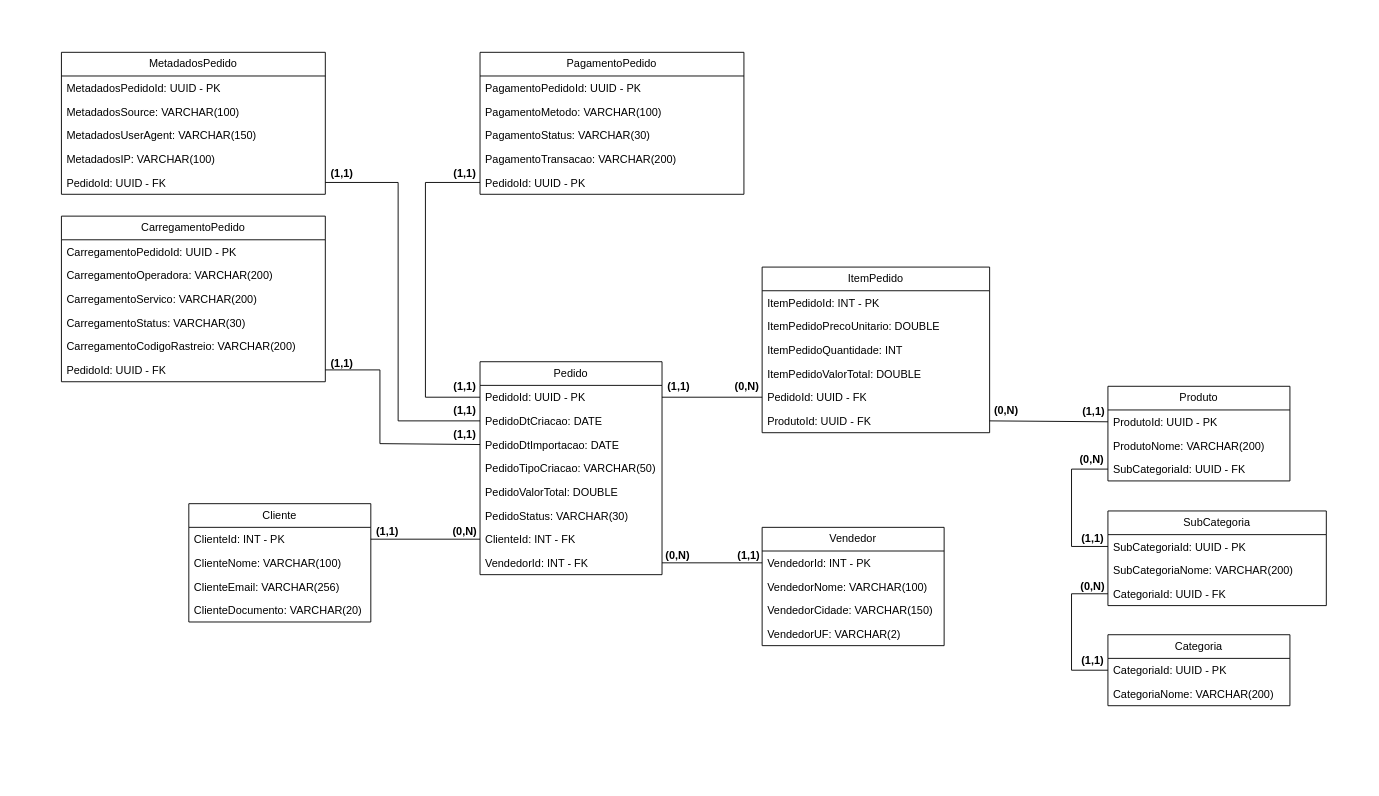
This is DOCS/DER.drawio from luis-pedro-dutra-carrocini/PJ1-Consumo-Mensageria, a draw.io file, before an edit. Source tidied: cells renumbered, new cells numbered last; positions are measured from the earlier drawing's top-left corner, leaving out a move shared by most shapes. Both pictures are drawn from the tidied source at 91%, with x=0, y=0 at pixel (61, 52).
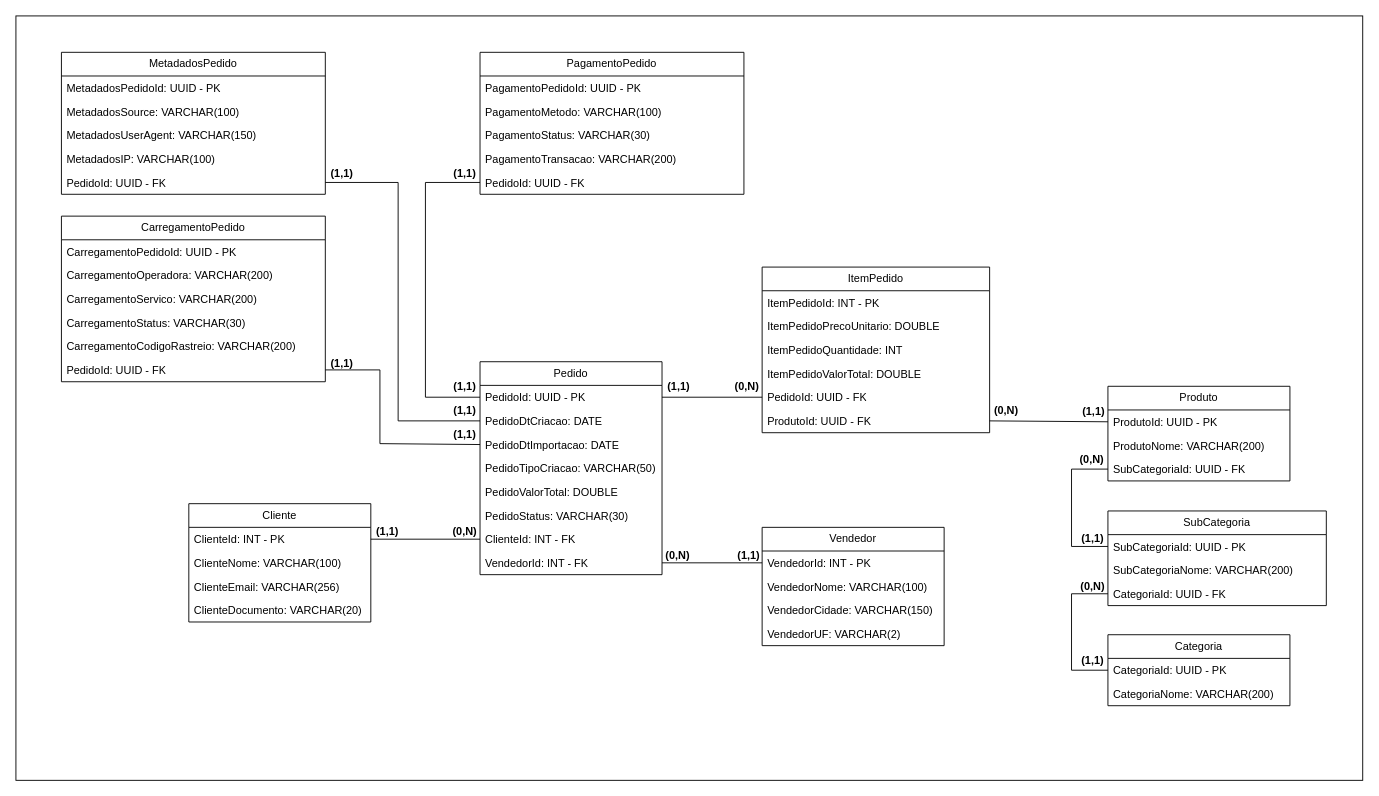
The same page after the edit.

The change refers to these unchanged cells:
```xml
<mxCell id="39" value="PagamentoPedido" style="swimlane;fontStyle=0;horizontal=1;startSize=26;fillColor=none;whiteSpace=wrap;html=1;" parent="1" vertex="1">
  <mxGeometry x="460" width="290" height="156" as="geometry" />
</mxCell>
```

Diff of the diagram source:
```diff
@@
+    <mxCell id="85" style="rounded=0;whiteSpace=wrap;html=1;" parent="1" vertex="1">
+      <mxGeometry x="-50" y="-40" width="1480" height="840" as="geometry" />
+    </mxCell>
@@
-    <mxCell id="44" value="&lt;div&gt;&lt;span style=&quot;background-color: transparent; color: light-dark(rgb(0, 0, 0), rgb(255, 255, 255)); text-align: center;&quot;&gt;PedidoId&lt;/span&gt;&lt;span style=&quot;background-color: transparent; color: light-dark(rgb(0, 0, 0), rgb(255, 255, 255));&quot;&gt;: UUID - PK&lt;/span&gt;&lt;/div&gt;" style="text;strokeColor=none;fillColor=none;align=left;verticalAlign=top;spacingLeft=4;spacingRight=4;overflow=hidden;points=[[0,0.5],[1,0.5]];portConstraint=eastwest;whiteSpace=wrap;html=1;" parent="39" vertex="1">
+    <mxCell id="44" value="&lt;div&gt;&lt;span style=&quot;background-color: transparent; color: light-dark(rgb(0, 0, 0), rgb(255, 255, 255)); text-align: center;&quot;&gt;PedidoId&lt;/span&gt;&lt;span style=&quot;background-color: transparent; color: light-dark(rgb(0, 0, 0), rgb(255, 255, 255));&quot;&gt;: UUID - FK&lt;/span&gt;&lt;/div&gt;" style="text;strokeColor=none;fillColor=none;align=left;verticalAlign=top;spacingLeft=4;spacingRight=4;overflow=hidden;points=[[0,0.5],[1,0.5]];portConstraint=eastwest;whiteSpace=wrap;html=1;" parent="39" vertex="1">
       <mxGeometry y="130" width="290" height="26" as="geometry" />
     </mxCell>
```
